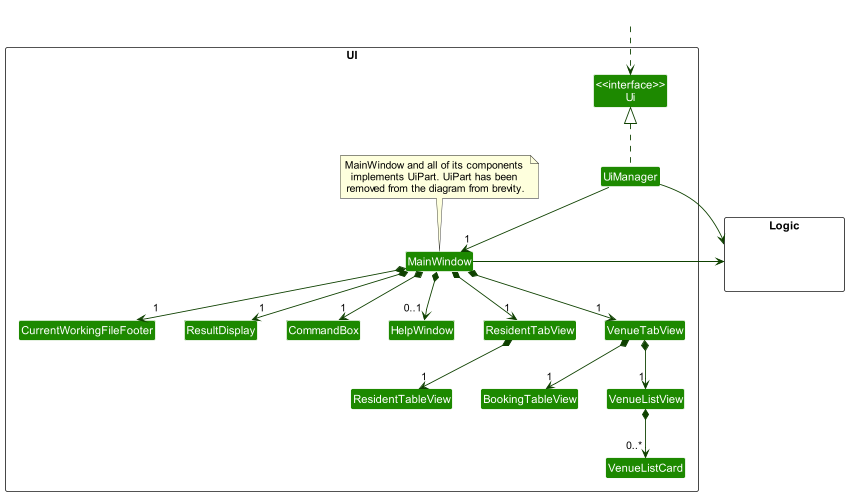
Before: docs/images/UiClassDiagram.png, a diagram exported from PlantUML (nus-cs2103-AY2223S1/tp).
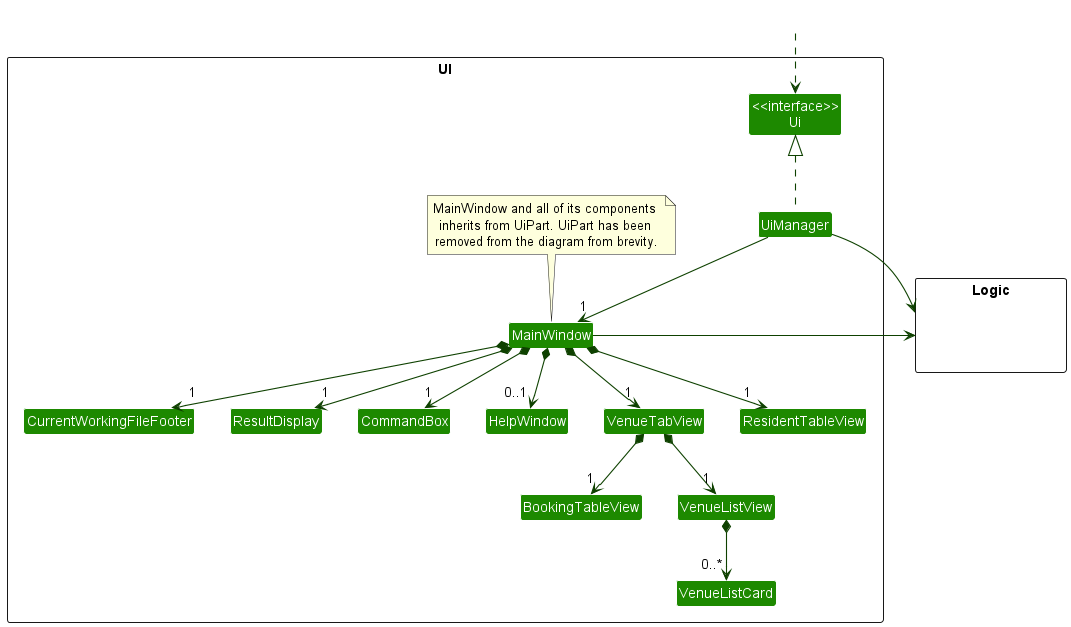
Later version of the same file.

Commit message:
Update Ui class diagram

The edit, as a diff of the source:
```diff
@@ -10,7 +10,6 @@
 Class MainWindow
 Class HelpWindow
 Class ResultDisplay
-Class ResidentTabView
 Class VenueTabView
 Class ResidentTableView
 Class BookingTableView
@@ -18,7 +17,7 @@
 Class CommandBox
 Class VenueListView
 Class VenueListCard
-note top of MainWindow : MainWindow and all of its components \nimplements UiPart. UiPart has been \nremoved from the diagram from brevity.
+note top of MainWindow : MainWindow and all of its components \ninherits from UiPart. UiPart has been \nremoved from the diagram from brevity.
 }
 
 package Logic <<Rectangle>> {
@@ -31,14 +30,13 @@
 UiManager .up.|> Ui
 UiManager -down-> "1" MainWindow
 
-MainWindow *-down-> "1" ResidentTabView
+MainWindow *-down-> "1" ResidentTableView
 MainWindow *-down-> "1" VenueTabView
 MainWindow *-down->  "1" CommandBox
 MainWindow *-down-> "1" ResultDisplay
 MainWindow *-down-> "1" CurrentWorkingFileFooter
 MainWindow *--> "0..1" HelpWindow
 
-ResidentTabView *-down-> "1" ResidentTableView
 VenueTabView *-down-> "1" BookingTableView
 VenueTabView *-down-> "1" VenueListView
 VenueListView *-down-> "0..*" VenueListCard
```
